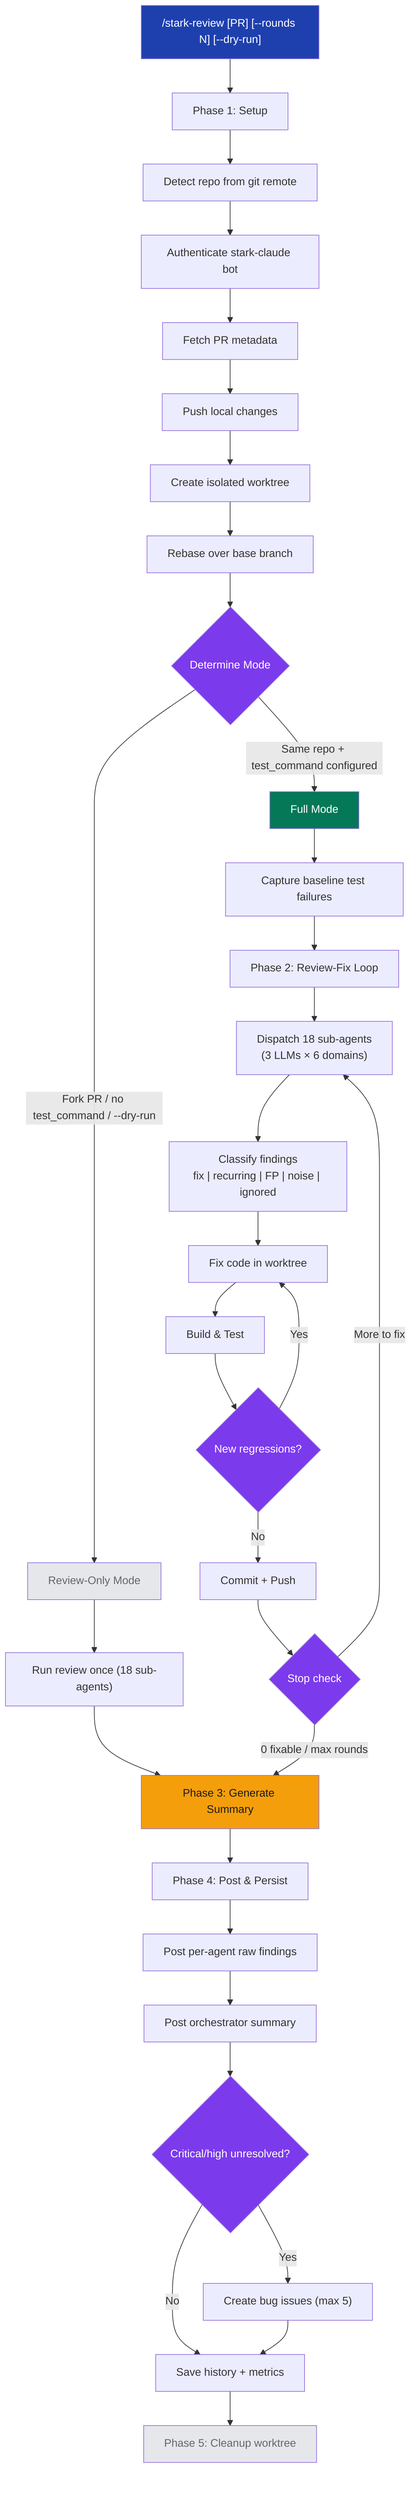
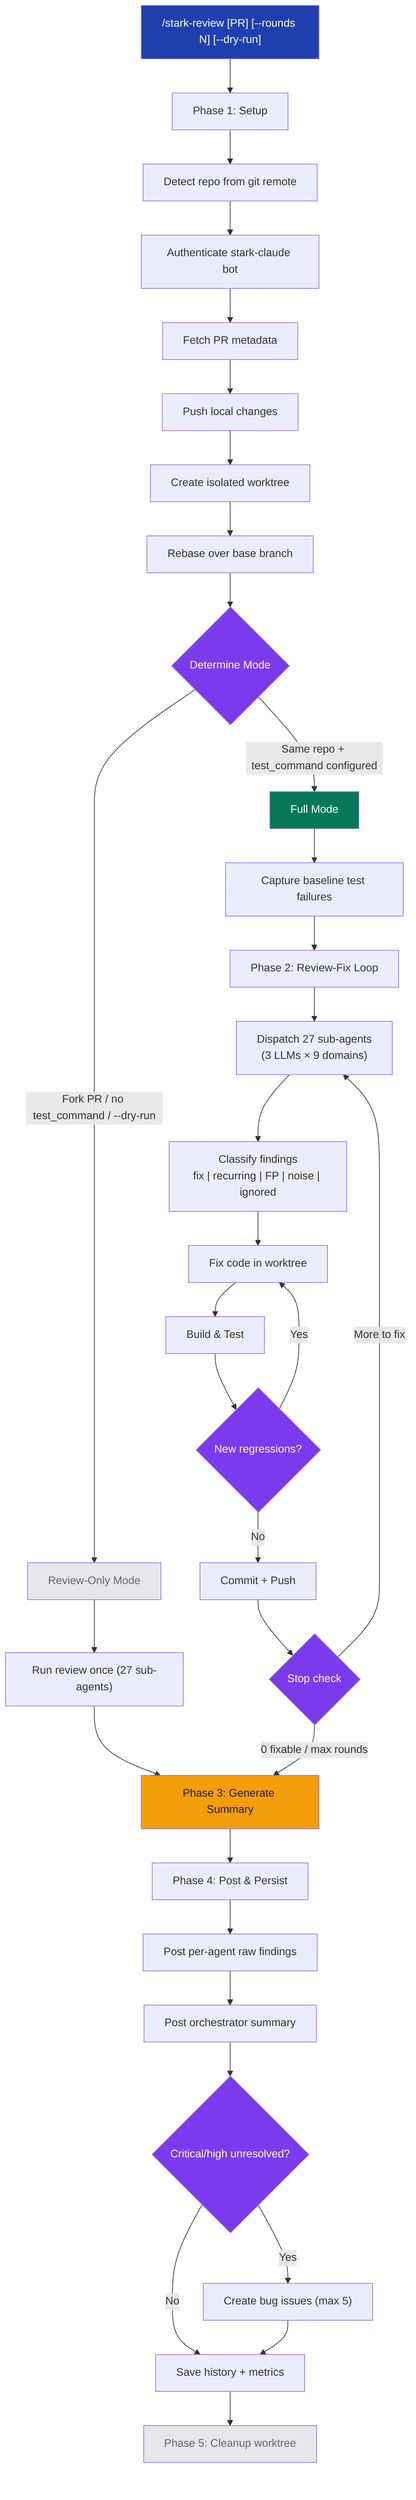
graph TD
    A["/stark-review [PR] [--rounds N] [--dry-run]"] --> B["Phase 1: Setup"]
    B --> B1["Detect repo from git remote"]
    B1 --> B2["Authenticate stark-claude bot"]
    B2 --> B3["Fetch PR metadata"]
    B3 --> B4["Push local changes"]
    B4 --> B5["Create isolated worktree"]
    B5 --> B6["Rebase over base branch"]
    B6 --> C{"Determine Mode"}
    C -->|"Fork PR / no test_command / --dry-run"| D["Review-Only Mode"]
    C -->|"Same repo + test_command configured"| E["Full Mode"]
-     D --> F["Run review once (18 sub-agents)"]
+     D --> F["Run review once (27 sub-agents)"]
    F --> G["Phase 3: Generate Summary"]
    E --> H["Capture baseline test failures"]
    H --> I["Phase 2: Review-Fix Loop"]
-     I --> J["Dispatch 18 sub-agents\n(3 LLMs × 6 domains)"]
+     I --> J["Dispatch 27 sub-agents\n(3 LLMs × 9 domains)"]
    J --> K["Classify findings\nfix | recurring | FP | noise | ignored"]
    K --> L["Fix code in worktree"]
    L --> M["Build & Test"]
    M --> N{"New regressions?"}
    N -->|"Yes"| L
    N -->|"No"| O["Commit + Push"]
    O --> P{"Stop check"}
    P -->|"0 fixable / max rounds"| G
    P -->|"More to fix"| J
    G --> Q["Phase 4: Post & Persist"]
    Q --> Q1["Post per-agent raw findings"]
    Q1 --> Q2["Post orchestrator summary"]
    Q2 --> Q3{"Critical/high unresolved?"}
    Q3 -->|"Yes"| Q4["Create bug issues (max 5)"]
    Q3 -->|"No"| Q5["Save history + metrics"]
    Q4 --> Q5
    Q5 --> R["Phase 5: Cleanup worktree"]

    style A fill:#1e40af,color:#fff
    style C fill:#7c3aed,color:#fff
    style D fill:#e5e7eb,color:#666
    style E fill:#047857,color:#fff
    style G fill:#f59e0b,color:#1a1a1a
    style N fill:#7c3aed,color:#fff
    style P fill:#7c3aed,color:#fff
    style Q3 fill:#7c3aed,color:#fff
    style R fill:#e5e7eb,color:#666